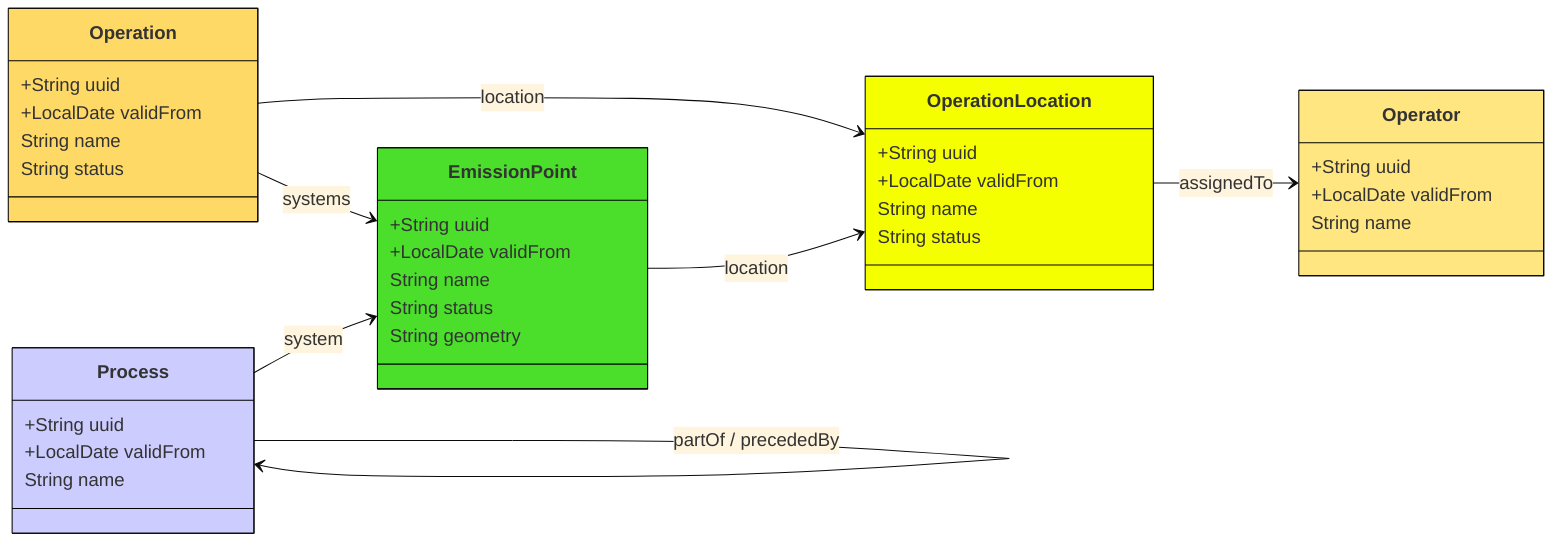
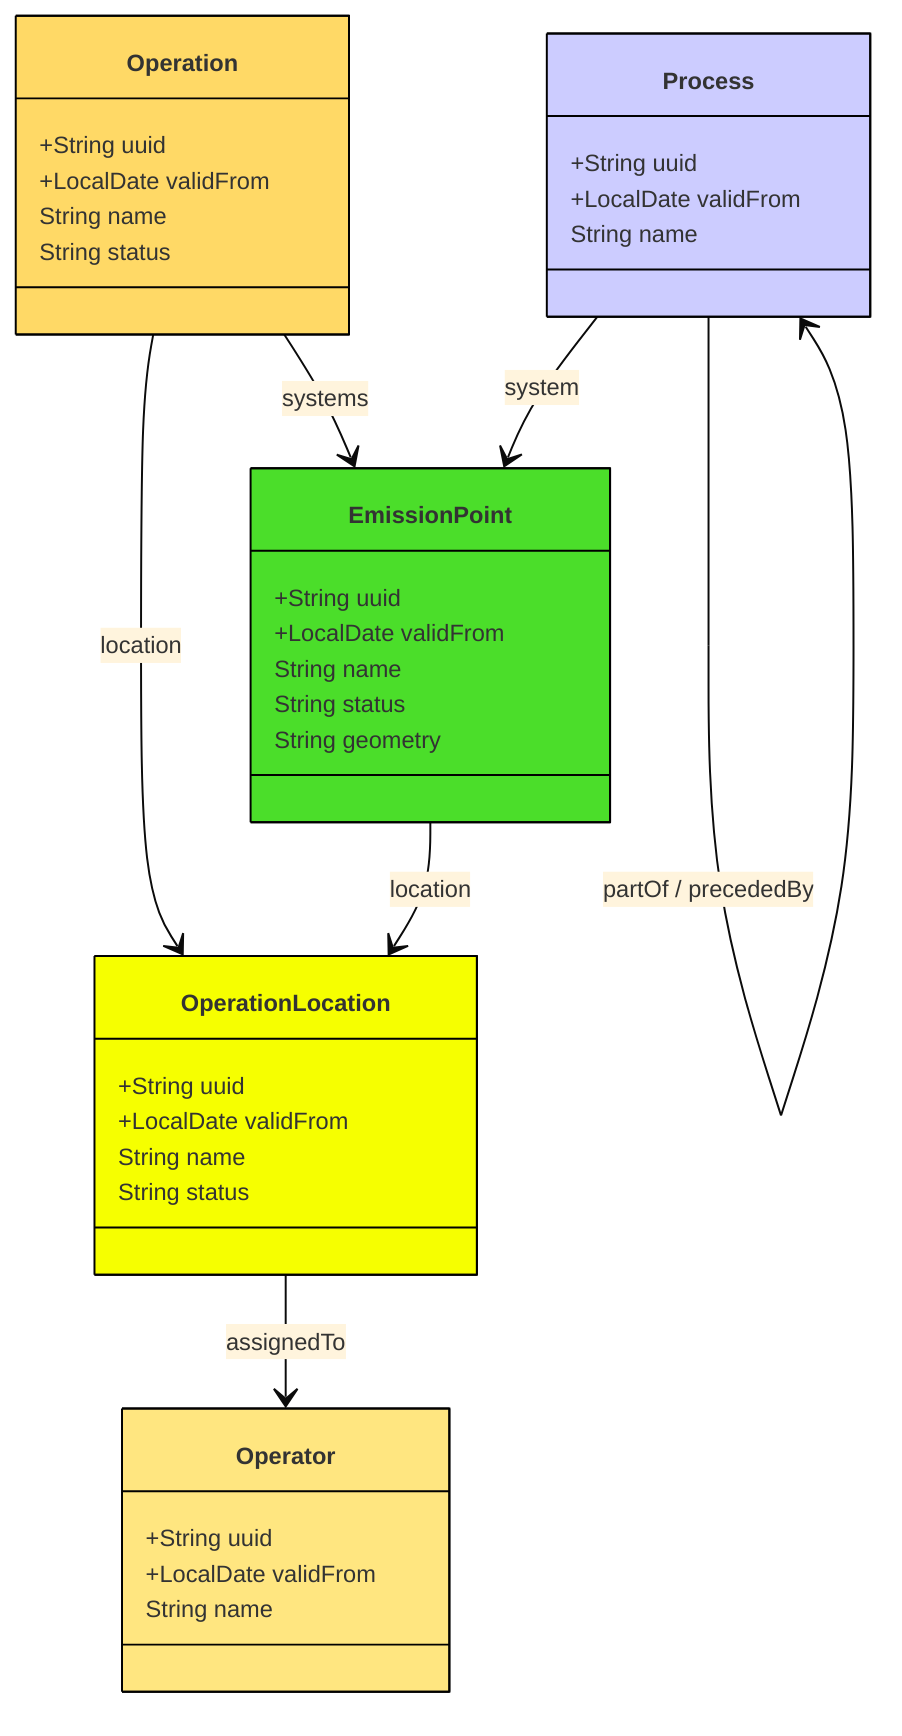
- %%{init: {"theme": "base", "themeVariables": {"fontSize": "18px"}}}%%
+ %%{init: {"theme": "base", "themeVariables": {"fontSize": "12px"}}}%%
classDiagram
-     direction LR
+     direction TB

    %% riepr:Exploitant (prov:Agent)
    class Operator:::agent {
        +String uuid
        +LocalDate validFrom
        String name
    }

    %% riepr:Exploitatielocatie (sosa:Platform)
    class OperationLocation:::platform {
        +String uuid
        +LocalDate validFrom
        String name
        String status
    }

    %% riepr:Exploitatie (ssn:Deployment)
    class Operation:::deployment {
        +String uuid
        +LocalDate validFrom
        String name
        String status
    }

    %% riepr:Emissiepunt (ssn:System, ogc:SpatialObject)
    class EmissionPoint:::system {
        +String uuid
        +LocalDate validFrom
        String name
        String status
        String geometry
    }

    %% riepr:Proces (pplan:Step, pplan:Plan, sosa:Procedure)
    class Process:::plan {
        +String uuid
        +LocalDate validFrom
        String name
    }

    %% sosa:isHostedBy -> :locatie -> "location"
    EmissionPoint --> OperationLocation : location
    %% prov:wasAttributedTo -> :toegewezenAan -> "assignedTo"
    OperationLocation --> Operator : assignedTo
    %% ssn:deployedOnPlatform -> :locatie -> "location"
    Operation --> OperationLocation : location
    %% ssn:deployedSystem -> :systemen -> "systems"
    Operation --> EmissionPoint : systems
    %% ssn:implementedBy -> :systeem -> "system"
    Process --> EmissionPoint : system
    %% pplan:isStepOfPlan / pplan:isPrecededBy
    Process --> Process : partOf / precededBy

    classDef system fill:#4bde2a,stroke:#000000
    classDef platform fill:#f6ff00,stroke:#000000
    classDef deployment fill:#ffd966,stroke:#000000
    classDef agent fill:#ffe680,stroke:#000000
    classDef plan fill:#ccccff,stroke:#000000
